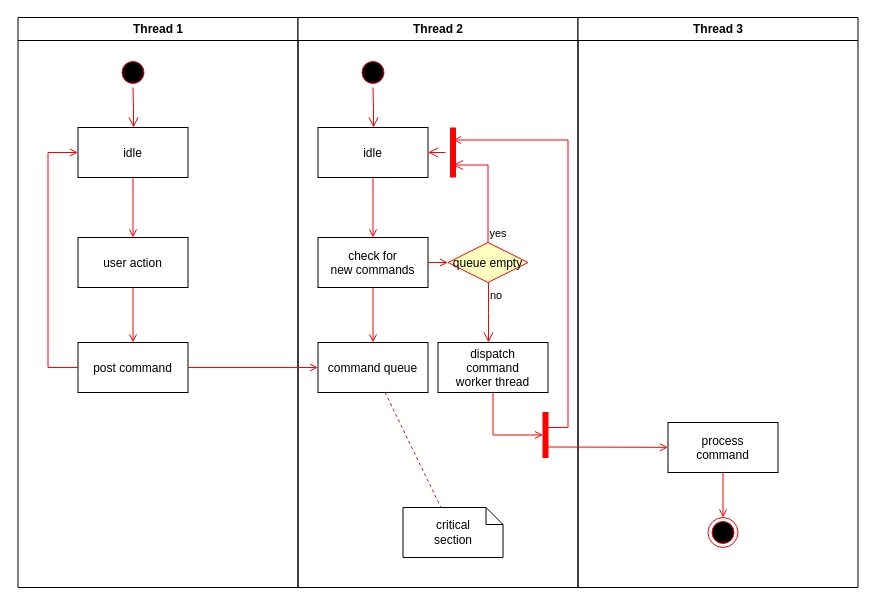
The draw.io diagram Untitled Diagram.drawio in Ebrahim-Ramadan/myfitrainer-app, before the edit. Source tidied: cells renumbered, new cells numbered last; positions are measured from the earlier drawing's top-left corner, leaving out a move shared by most shapes. Both pictures are drawn from the tidied source at 100%, with x=0, y=0 at pixel (17, 17).
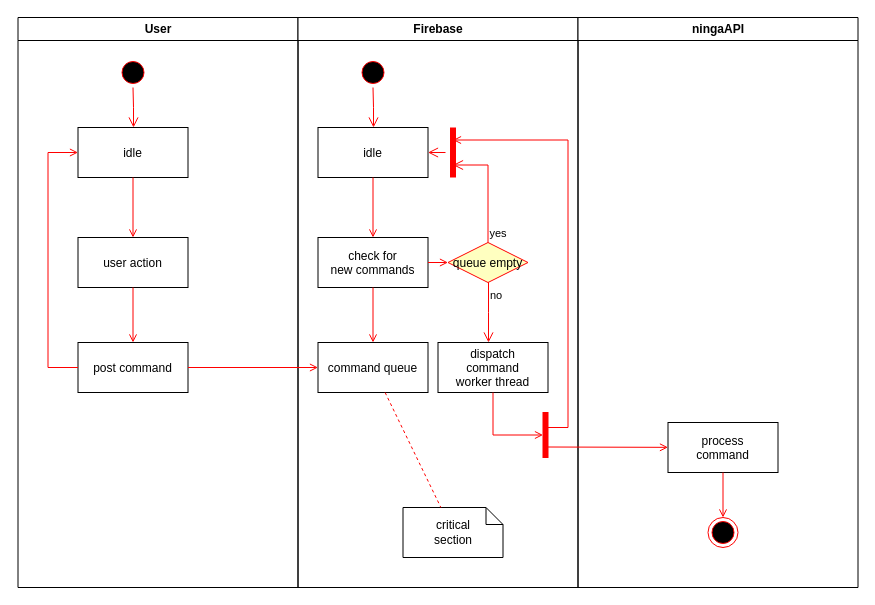
Above is the later version.

The edit, as a diff of the source:
```diff
@@
-    <mxCell id="2" value="Thread 1" style="swimlane;whiteSpace=wrap;" parent="1" vertex="1">
+    <mxCell id="2" value="User" style="swimlane;whiteSpace=wrap;" parent="1" vertex="1">
       <mxGeometry x="0.5" width="280" height="570" as="geometry" />
     </mxCell>
@@
-    <mxCell id="11" value="Thread 2" style="swimlane;whiteSpace=wrap;" parent="1" vertex="1">
+    <mxCell id="11" value="Firebase" style="swimlane;whiteSpace=wrap;" parent="1" vertex="1">
       <mxGeometry x="280.5" width="280" height="570" as="geometry" />
     </mxCell>
@@
-    <mxCell id="30" value="Thread 3" style="swimlane;whiteSpace=wrap;" parent="1" vertex="1">
+    <mxCell id="30" value="ningaAPI" style="swimlane;whiteSpace=wrap;" parent="1" vertex="1">
       <mxGeometry x="560.5" width="280" height="570" as="geometry" />
     </mxCell>
```
